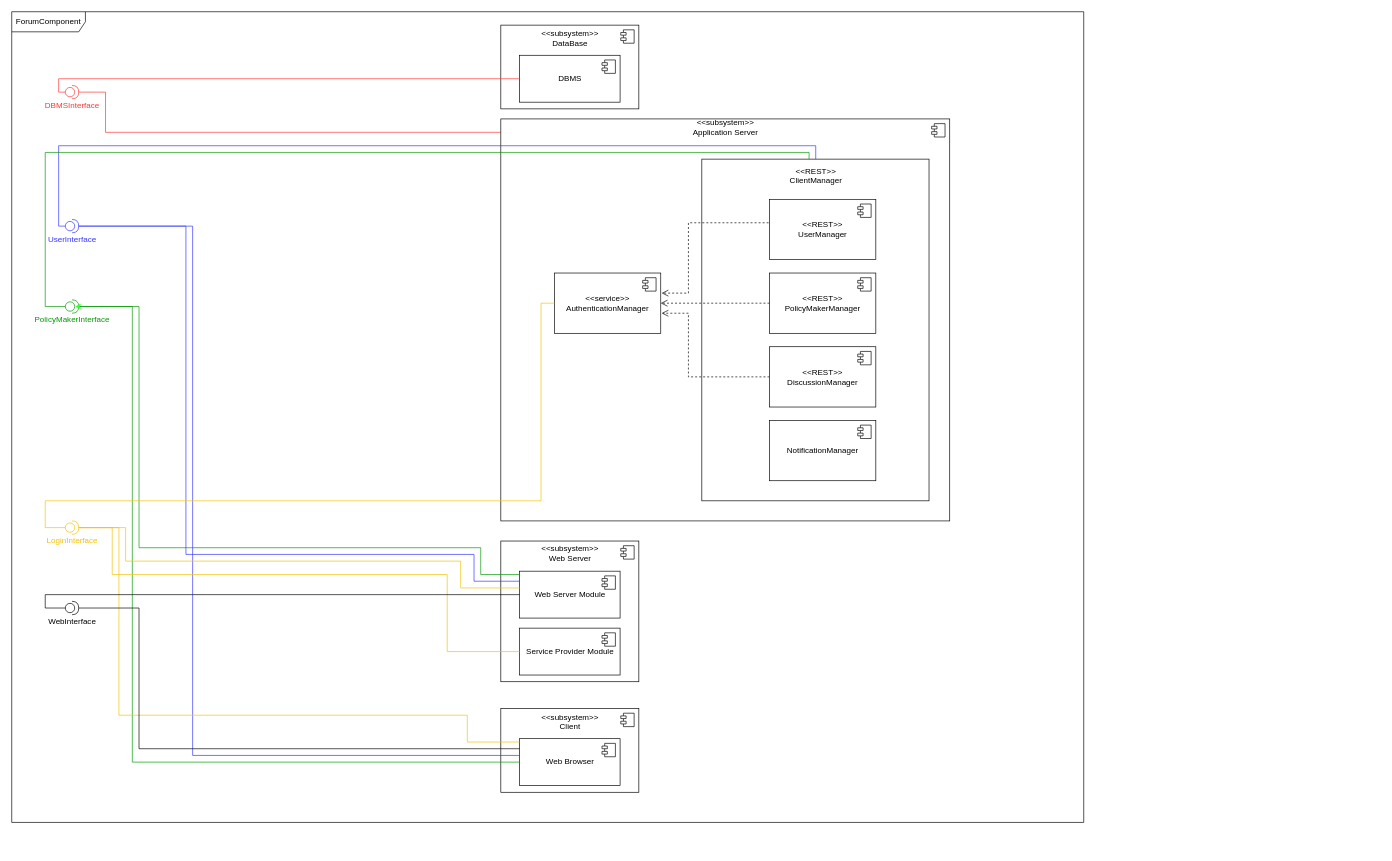
Above: page "ForumComponent" (1 of 2) of DD Diagrams/ComponentDiagram.drawio in matteovisotto/SE2-CecchettoSirianiVisotto (draw.io), before the change. Source tidied: cells renumbered, new cells numbered last; positions are measured from the earlier drawing's top-left corner, leaving out a move shared by most shapes. Both pictures are drawn from the tidied source at 67%, with x=0, y=0 at pixel (11, 11).
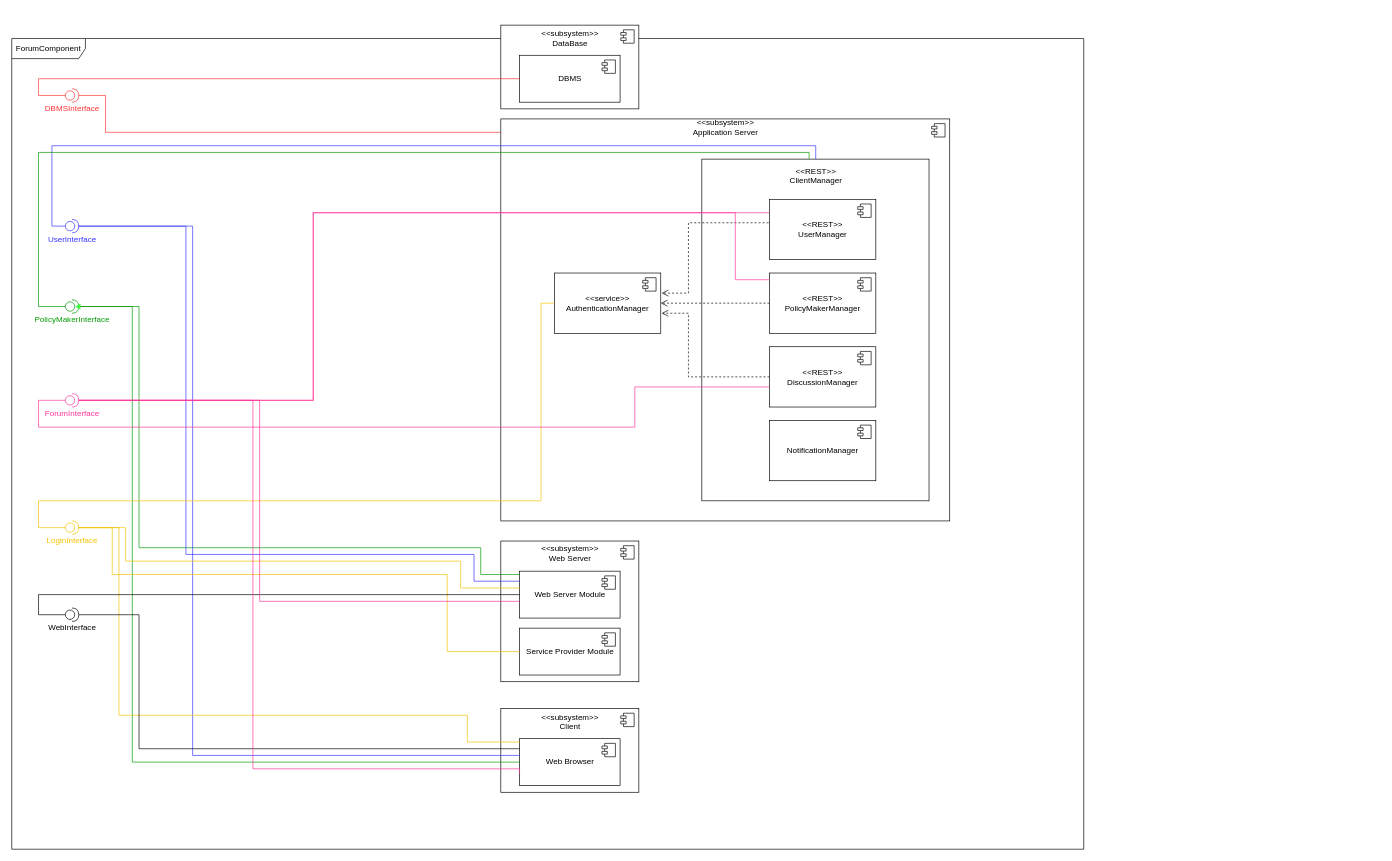
The same page after the edit.

Unchanged cells that the change refers to:
```xml
<mxCell id="7" value="DBMS" style="html=1;" parent="4" vertex="1">
  <mxGeometry x="28" y="45" width="150" height="70" as="geometry" />
</mxCell>
<mxCell id="9" value="&lt;font color=&quot;#3333ff&quot;&gt;UserInterface&lt;/font&gt;" style="shape=providedRequiredInterface;html=1;verticalLabelPosition=bottom;sketch=0;strokeColor=#3333FF;" parent="1" vertex="1">
  <mxGeometry x="80" y="310" width="20" height="20" as="geometry" />
</mxCell>
<mxCell id="10" value="&lt;font color=&quot;#009900&quot;&gt;PolicyMakerInterface&lt;/font&gt;" style="shape=providedRequiredInterface;html=1;verticalLabelPosition=bottom;sketch=0;strokeColor=#009900;" parent="1" vertex="1">
  <mxGeometry x="80" y="430" width="20" height="20" as="geometry" />
</mxCell>
<mxCell id="14" value="Web Browser" style="html=1;" parent="11" vertex="1">
  <mxGeometry x="28" y="45" width="150" height="70" as="geometry" />
</mxCell>
<mxCell id="19" value="Web Server Module" style="html=1;" parent="16" vertex="1">
  <mxGeometry x="28" y="45" width="150" height="70" as="geometry" />
</mxCell>
<mxCell id="27" value="&amp;lt;&amp;lt;subsystem&amp;gt;&amp;gt;&lt;br&gt;Application Server&lt;br&gt;&lt;br&gt;&lt;br&gt;&lt;br&gt;&lt;br&gt;&lt;br&gt;&lt;br&gt;&lt;br&gt;&lt;br&gt;&lt;br&gt;&lt;br&gt;&lt;br&gt;&lt;br&gt;&lt;br&gt;&lt;br&gt;&lt;br&gt;&lt;br&gt;&lt;br&gt;&lt;br&gt;&lt;br&gt;&lt;br&gt;&lt;br&gt;&lt;br&gt;&lt;br&gt;&lt;br&gt;&lt;br&gt;&lt;br&gt;&lt;br&gt;&lt;br&gt;&lt;br&gt;&lt;br&gt;&lt;br&gt;&lt;br&gt;&lt;br&gt;&lt;br&gt;&lt;br&gt;&lt;br&gt;&lt;br&gt;&lt;br&gt;&lt;br&gt;&lt;br&gt;" style="html=1;" parent="26" vertex="1">
  <mxGeometry width="670" height="600" as="geometry" />
</mxCell>
<mxCell id="29" value="&amp;lt;&amp;lt;REST&amp;gt;&amp;gt;&lt;br&gt;ClientManager&lt;br&gt;&lt;br&gt;&lt;br&gt;&lt;br&gt;&lt;br&gt;&lt;br&gt;&lt;br&gt;&lt;br&gt;&lt;br&gt;&lt;br&gt;&lt;br&gt;&lt;br&gt;&lt;br&gt;&lt;br&gt;&lt;br&gt;&lt;br&gt;&lt;br&gt;&lt;br&gt;&lt;br&gt;&lt;br&gt;&lt;br&gt;&lt;br&gt;&lt;br&gt;&lt;br&gt;&lt;br&gt;&lt;br&gt;&lt;br&gt;&lt;br&gt;&lt;br&gt;&lt;br&gt;&lt;br&gt;&lt;br&gt;&lt;br&gt;" style="html=1;" parent="26" vertex="1">
  <mxGeometry x="300" y="60" width="339.1" height="510" as="geometry" />
</mxCell>
<mxCell id="33" value="&amp;lt;&amp;lt;REST&amp;gt;&amp;gt;&lt;br&gt;UserManager" style="html=1;" parent="26" vertex="1">
  <mxGeometry x="401" y="120" width="158.7" height="90" as="geometry" />
</mxCell>
<mxCell id="35" value="&amp;lt;&amp;lt;REST&amp;gt;&amp;gt;&lt;br&gt;PolicyMakerManager" style="html=1;" parent="26" vertex="1">
  <mxGeometry x="401" y="230" width="158.7" height="90" as="geometry" />
</mxCell>
<mxCell id="39" value="&amp;lt;&amp;lt;REST&amp;gt;&amp;gt;&lt;br&gt;DiscussionManager" style="html=1;" parent="26" vertex="1">
  <mxGeometry x="401" y="340" width="158.7" height="90" as="geometry" />
</mxCell>
<mxCell id="41" value="&amp;lt;&amp;lt;service&amp;gt;&amp;gt;&lt;br&gt;AuthenticationManager" style="html=1;" parent="26" vertex="1">
  <mxGeometry x="80" y="230" width="158.7" height="90" as="geometry" />
</mxCell>
<mxCell id="47" value="&lt;font color=&quot;#f5c000&quot;&gt;LoginInterface&lt;/font&gt;" style="shape=providedRequiredInterface;html=1;verticalLabelPosition=bottom;sketch=0;strokeColor=#F5C000;" parent="1" vertex="1">
  <mxGeometry x="80" y="760" width="20" height="20" as="geometry" />
</mxCell>
```

Change to the diagram source:
```diff
@@
     <mxCell id="2" value="ForumComponent" style="shape=umlFrame;whiteSpace=wrap;html=1;width=110;height=30;" parent="1" vertex="1">
-      <mxGeometry width="1600" height="1210" as="geometry" />
+      <mxGeometry y="40" width="1600" height="1210" as="geometry" />
     </mxCell>
     <mxCell id="3" value="&lt;font color=&quot;#ff3333&quot;&gt;DBMSInterface&lt;/font&gt;" style="shape=providedRequiredInterface;html=1;verticalLabelPosition=bottom;sketch=0;strokeColor=#FF3333;" parent="1" vertex="1">
-      <mxGeometry x="80" y="110" width="20" height="20" as="geometry" />
+      <mxGeometry x="80" y="115" width="20" height="20" as="geometry" />
     </mxCell>
@@
     <mxCell id="23" style="endArrow=none;html=1;edgeStyle=orthogonalEdgeStyle;rounded=0;exitX=0;exitY=0.5;exitDx=0;exitDy=0;exitPerimeter=0;strokeColor=#FF3333;" parent="1" edge="1" source="3" target="7">
       <mxGeometry relative="1" as="geometry">
         <Array as="points">
-          <mxPoint x="70" y="120" />
-          <mxPoint x="70" y="100" />
+          <mxPoint x="40" y="125" />
+          <mxPoint x="40" y="100" />
         </Array>
       </mxGeometry>
     </mxCell>
     <mxCell id="24" style="endArrow=none;html=1;edgeStyle=orthogonalEdgeStyle;rounded=0;exitX=1;exitY=0.5;exitDx=0;exitDy=0;exitPerimeter=0;strokeColor=#FF3333;" parent="1" edge="1" source="3" target="27">
       <mxGeometry relative="1" as="geometry">
         <Array as="points">
-          <mxPoint x="140" y="120" />
+          <mxPoint x="140" y="125" />
           <mxPoint x="140" y="180" />
         </Array>
       </mxGeometry>
     </mxCell>
@@
     <mxCell id="43" style="endArrow=none;html=1;edgeStyle=orthogonalEdgeStyle;rounded=0;exitX=0;exitY=0.5;exitDx=0;exitDy=0;exitPerimeter=0;strokeColor=#3333FF;" parent="1" edge="1" source="9" target="29">
       <mxGeometry relative="1" as="geometry">
         <Array as="points">
-          <mxPoint x="70" y="320" />
-          <mxPoint x="70" y="200" />
+          <mxPoint x="60" y="320" />
+          <mxPoint x="60" y="200" />
           <mxPoint x="1200" y="200" />
         </Array>
       </mxGeometry>
     </mxCell>
     <mxCell id="44" style="endArrow=none;html=1;edgeStyle=orthogonalEdgeStyle;rounded=0;exitX=0;exitY=0.5;exitDx=0;exitDy=0;exitPerimeter=0;entryX=0.472;entryY=0;entryDx=0;entryDy=0;entryPerimeter=0;strokeColor=#009900;" parent="1" edge="1" source="10" target="29">
       <mxGeometry relative="1" as="geometry">
         <Array as="points">
-          <mxPoint x="50" y="440" />
-          <mxPoint x="50" y="210" />
+          <mxPoint x="40" y="440" />
+          <mxPoint x="40" y="210" />
           <mxPoint x="1190" y="210" />
         </Array>
       </mxGeometry>
     </mxCell>
@@
     <mxCell id="48" value="WebInterface" style="shape=providedRequiredInterface;html=1;verticalLabelPosition=bottom;sketch=0;" parent="1" vertex="1">
-      <mxGeometry x="80" y="880" width="20" height="20" as="geometry" />
+      <mxGeometry x="80" y="890" width="20" height="20" as="geometry" />
     </mxCell>
@@
     <mxCell id="51" style="endArrow=none;html=1;edgeStyle=orthogonalEdgeStyle;rounded=0;exitX=0;exitY=0.5;exitDx=0;exitDy=0;exitPerimeter=0;entryX=0;entryY=0.5;entryDx=0;entryDy=0;strokeColor=#F5C000;" parent="1" edge="1" source="47" target="41">
       <mxGeometry relative="1" as="geometry">
         <Array as="points">
-          <mxPoint x="50" y="770" />
-          <mxPoint x="50" y="730" />
+          <mxPoint x="40" y="770" />
+          <mxPoint x="40" y="730" />
           <mxPoint x="790" y="730" />
           <mxPoint x="790" y="435" />
         </Array>
       </mxGeometry>
     </mxCell>
@@
     <mxCell id="55" style="endArrow=none;html=1;edgeStyle=orthogonalEdgeStyle;rounded=0;exitX=0;exitY=0.5;exitDx=0;exitDy=0;exitPerimeter=0;entryX=0;entryY=0.5;entryDx=0;entryDy=0;" parent="1" edge="1" source="48" target="19">
       <mxGeometry relative="1" as="geometry">
         <Array as="points">
-          <mxPoint x="50" y="890" />
-          <mxPoint x="50" y="870" />
-          <mxPoint x="270" y="870" />
+          <mxPoint x="40" y="900" />
+          <mxPoint x="40" y="870" />
         </Array>
       </mxGeometry>
     </mxCell>
     <mxCell id="56" style="endArrow=none;html=1;edgeStyle=orthogonalEdgeStyle;rounded=0;exitX=1;exitY=0.5;exitDx=0;exitDy=0;exitPerimeter=0;" parent="1" edge="1" source="48">
       <mxGeometry relative="1" as="geometry">
         <mxPoint x="758" y="1100" as="targetPoint" />
         <Array as="points">
-          <mxPoint x="190" y="890" />
+          <mxPoint x="190" y="900" />
           <mxPoint x="190" y="1100" />
-          <mxPoint x="758" y="1100" />
         </Array>
       </mxGeometry>
     </mxCell>
@@
+    <mxCell id="58" style="edgeStyle=orthogonalEdgeStyle;rounded=0;jettySize=auto;html=1;exitX=0;exitY=0.5;exitDx=0;exitDy=0;exitPerimeter=0;endArrow=none;endFill=0;strokeColor=#FF3399;" parent="1" edge="1" source="60" target="39">
+      <mxGeometry relative="1" as="geometry">
+        <Array as="points">
+          <mxPoint x="40" y="580" />
+          <mxPoint x="40" y="620" />
+          <mxPoint x="930" y="620" />
+          <mxPoint x="930" y="560" />
+        </Array>
+      </mxGeometry>
+    </mxCell>
+    <mxCell id="59" style="edgeStyle=orthogonalEdgeStyle;rounded=0;jettySize=auto;html=1;exitX=1;exitY=0.5;exitDx=0;exitDy=0;exitPerimeter=0;endArrow=none;endFill=0;strokeColor=#FF3399;" parent="1" edge="1" source="60" target="33">
+      <mxGeometry relative="1" as="geometry">
+        <Array as="points">
+          <mxPoint x="450" y="580" />
+          <mxPoint x="450" y="300" />
+        </Array>
+      </mxGeometry>
+    </mxCell>
+    <mxCell id="60" value="&lt;font color=&quot;#ff3399&quot;&gt;ForumInterface&lt;/font&gt;" style="shape=providedRequiredInterface;html=1;verticalLabelPosition=bottom;sketch=0;strokeColor=#FF3399;" parent="1" vertex="1">
+      <mxGeometry x="80" y="570" width="20" height="20" as="geometry" />
+    </mxCell>
+    <mxCell id="61" style="edgeStyle=orthogonalEdgeStyle;rounded=0;jettySize=auto;html=1;exitX=1;exitY=0.5;exitDx=0;exitDy=0;exitPerimeter=0;endArrow=none;endFill=0;strokeColor=#FF3399;entryX=0;entryY=0.75;entryDx=0;entryDy=0;" parent="1" edge="1" source="60" target="14">
+      <mxGeometry relative="1" as="geometry">
+        <Array as="points">
+          <mxPoint x="360" y="580" />
+          <mxPoint x="360" y="1130" />
+          <mxPoint x="758" y="1130" />
+        </Array>
+      </mxGeometry>
+    </mxCell>
+    <mxCell id="62" style="edgeStyle=orthogonalEdgeStyle;rounded=0;jettySize=auto;html=1;exitX=1;exitY=0.5;exitDx=0;exitDy=0;exitPerimeter=0;endArrow=none;endFill=0;strokeColor=#FF3399;" parent="1" edge="1" source="60" target="19">
+      <mxGeometry relative="1" as="geometry">
+        <Array as="points">
+          <mxPoint x="370" y="580" />
+          <mxPoint x="370" y="880" />
+        </Array>
+      </mxGeometry>
+    </mxCell>
+    <mxCell id="63" style="edgeStyle=orthogonalEdgeStyle;rounded=0;jettySize=auto;html=1;exitX=1;exitY=0.5;exitDx=0;exitDy=0;exitPerimeter=0;endArrow=none;endFill=0;strokeColor=#FF3399;" parent="1" edge="1" source="60" target="35">
+      <mxGeometry relative="1" as="geometry">
+        <Array as="points">
+          <mxPoint x="450" y="580" />
+          <mxPoint x="450" y="300" />
+          <mxPoint x="1080" y="300" />
+          <mxPoint x="1080" y="400" />
+        </Array>
+      </mxGeometry>
+    </mxCell>
```
